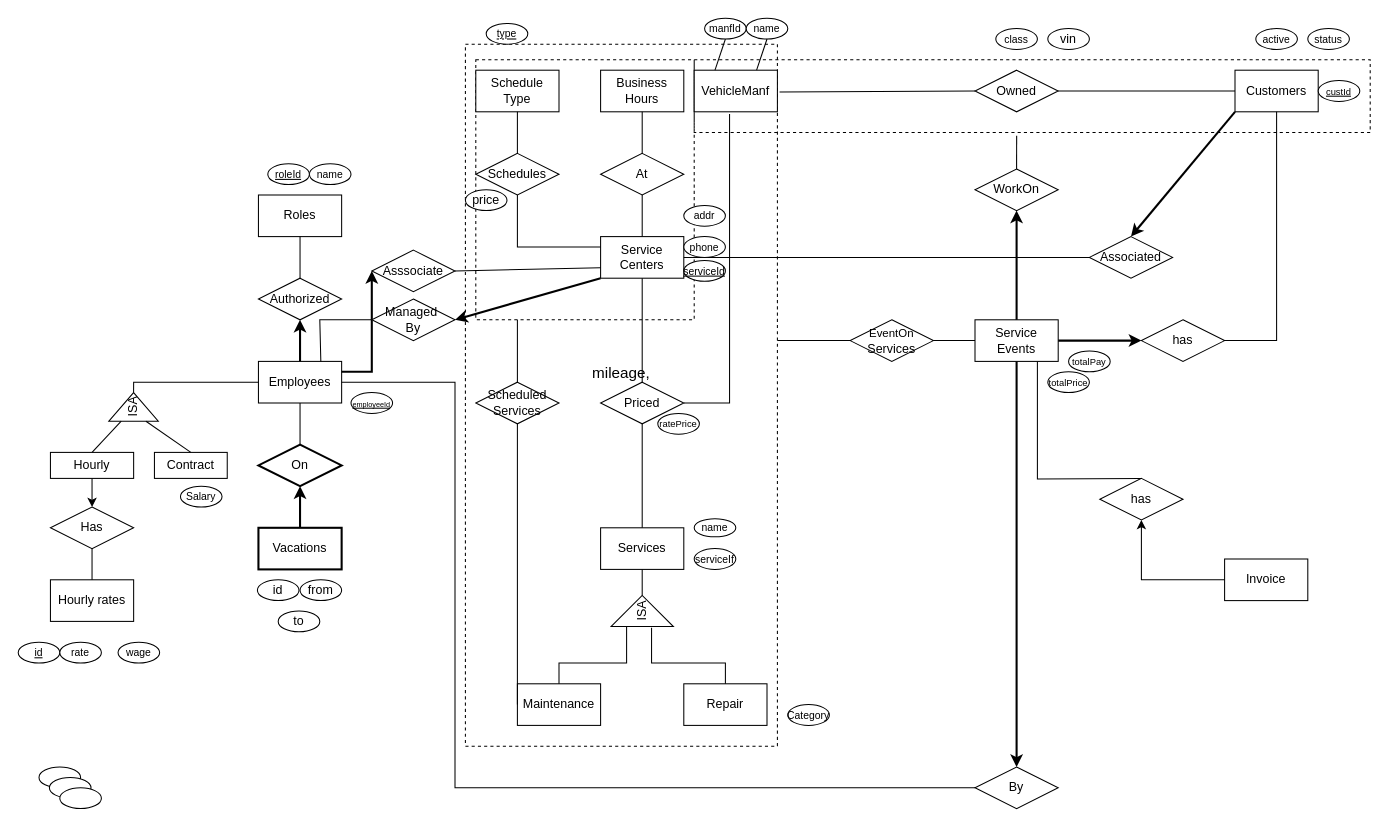
deanaf0702/Auto-Repair-and-Service-Management-System keeps this draw.io diagram as Deana/CarServiceCenter.drawio. Above is the earlier version. Source tidied: cells renumbered, new cells numbered last; positions are measured from the earlier drawing's top-left corner, leaving out a move shared by most shapes. Both pictures are drawn from the tidied source at 104%, with x=0, y=0 at pixel (18, 18).
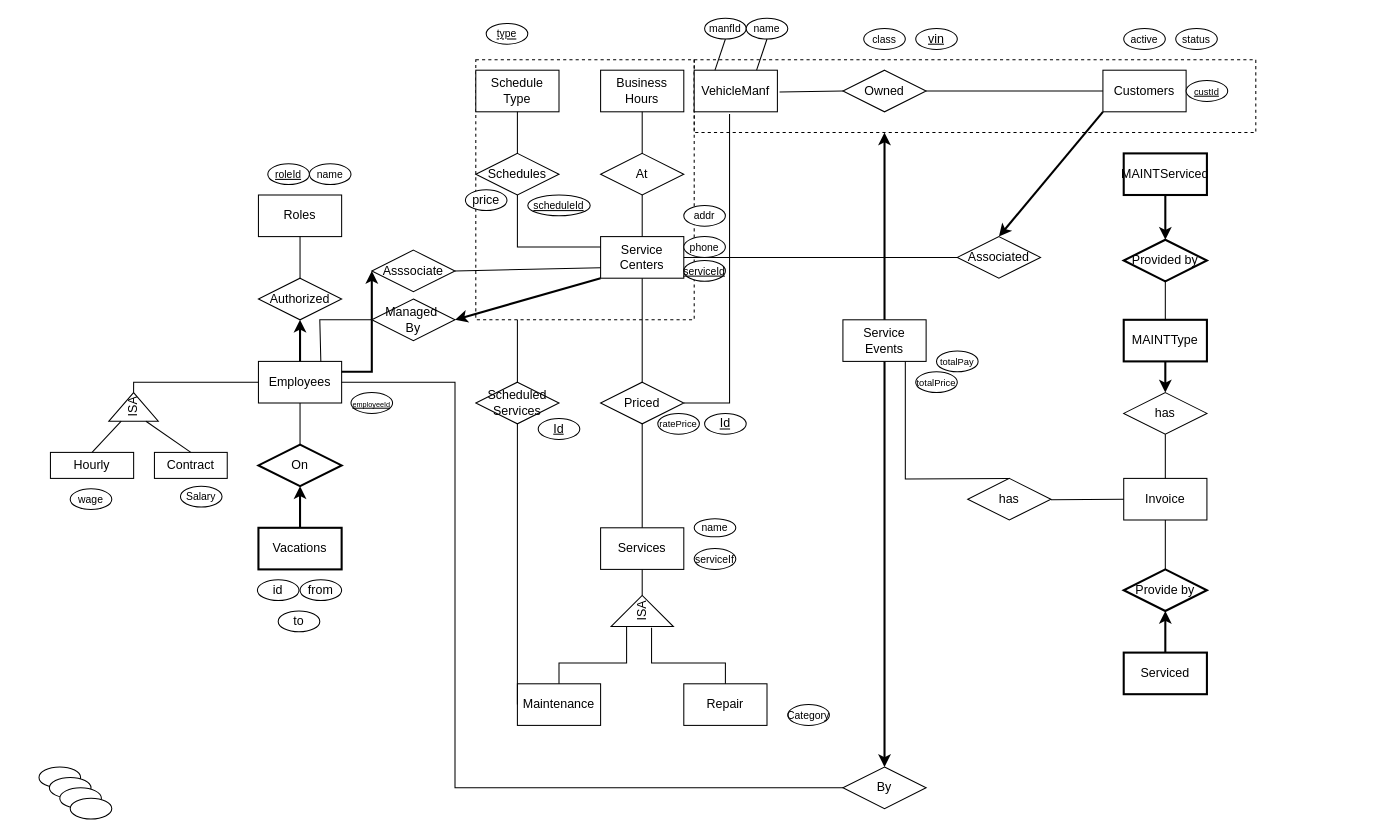
Above is the later version.

The change refers to these unchanged cells:
```xml
<mxCell id="55" value="Hourly" style="rounded=0;whiteSpace=wrap;html=1;" parent="1" vertex="1">
  <mxGeometry x="31" y="417.5" width="80" height="25" as="geometry" />
</mxCell>
```

What changed in the source:
```diff
@@
     <mxCell id="2" style="rounded=0;whiteSpace=wrap;html=1;fillColor=none;dashed=1;" parent="1" vertex="1">
-      <mxGeometry x="650" y="40" width="650" height="70" as="geometry" />
+      <mxGeometry x="650" y="40" width="540" height="70" as="geometry" />
     </mxCell>
@@
-    <mxCell id="4" value="&#10;&lt;span style=&quot;font-size:11.0pt;line-height:&#10;115%;font-family:&amp;quot;Arial&amp;quot;,sans-serif;mso-fareast-font-family:Arial;mso-ansi-language:&#10;EN;mso-fareast-language:KO;mso-bidi-language:AR-SA&quot; lang=&quot;EN&quot;&gt;mileage, &lt;/span&gt;&#10;&#10;&#10;&#10;" style="rounded=0;whiteSpace=wrap;html=1;fillColor=none;dashed=1;" parent="1" vertex="1">
-      <mxGeometry x="430" y="25" width="300" height="675" as="geometry" />
-    </mxCell>
@@
-    <mxCell id="8" value="Hourly rates" style="rounded=0;whiteSpace=wrap;html=1;" parent="1" vertex="1">
-      <mxGeometry x="31" y="540" width="80" height="40" as="geometry" />
-    </mxCell>
@@
     <mxCell id="12" value="Customers" style="rounded=0;whiteSpace=wrap;html=1;" parent="1" vertex="1">
-      <mxGeometry x="1170" y="50" width="80" height="40" as="geometry" />
+      <mxGeometry x="1043" y="50" width="80" height="40" as="geometry" />
     </mxCell>
@@
     <mxCell id="14" value="Service&lt;br&gt;Events" style="rounded=0;whiteSpace=wrap;html=1;" parent="1" vertex="1">
-      <mxGeometry x="920" y="290" width="80" height="40" as="geometry" />
+      <mxGeometry x="793" y="290" width="80" height="40" as="geometry" />
     </mxCell>
@@
     <mxCell id="24" value="Owned" style="rhombus;whiteSpace=wrap;html=1;" parent="1" vertex="1">
-      <mxGeometry x="920" y="50" width="80" height="40" as="geometry" />
+      <mxGeometry x="793" y="50" width="80" height="40" as="geometry" />
     </mxCell>
-    <mxCell id="25" value="has" style="rhombus;whiteSpace=wrap;html=1;" parent="1" vertex="1">
-      <mxGeometry x="1080" y="290" width="80" height="40" as="geometry" />
-    </mxCell>
-    <mxCell id="26" value="&lt;font face=&quot;Arial, sans-serif&quot;&gt;&lt;span style=&quot;font-size: 11px;&quot;&gt;EventOn&lt;br&gt;&lt;/span&gt;&lt;/font&gt;Services" style="rhombus;whiteSpace=wrap;html=1;" parent="1" vertex="1">
-      <mxGeometry x="800" y="290" width="80" height="40" as="geometry" />
-    </mxCell>
-    <mxCell id="27" value="Has" style="rhombus;whiteSpace=wrap;html=1;" parent="1" vertex="1">
-      <mxGeometry x="31" y="470" width="80" height="40" as="geometry" />
-    </mxCell>
@@
     <mxCell id="29" value="By" style="rhombus;whiteSpace=wrap;html=1;" parent="1" vertex="1">
-      <mxGeometry x="920" y="720" width="80" height="40" as="geometry" />
+      <mxGeometry x="793" y="720" width="80" height="40" as="geometry" />
     </mxCell>
@@
-    <mxCell id="40" style="endArrow=none;html=1;rounded=0;strokeWidth=1;jumpSize=6;entryX=0;entryY=0.5;entryDx=0;entryDy=0;exitX=1;exitY=0.5;exitDx=0;exitDy=0;" parent="1" edge="1" source="26" target="14">
-      <mxGeometry relative="1" as="geometry" />
-    </mxCell>
-    <mxCell id="41" style="endArrow=classic;html=1;rounded=0;strokeWidth=2;jumpSize=6;entryX=0;entryY=0.5;entryDx=0;entryDy=0;exitX=1;exitY=0.5;exitDx=0;exitDy=0;" parent="1" edge="1" source="14" target="25">
-      <mxGeometry relative="1" as="geometry" />
-    </mxCell>
-    <mxCell id="42" style="endArrow=none;html=1;rounded=0;strokeWidth=1;jumpSize=6;entryX=1;entryY=0.5;entryDx=0;entryDy=0;exitX=0.5;exitY=1;exitDx=0;exitDy=0;" parent="1" edge="1" source="12" target="25">
-      <mxGeometry relative="1" as="geometry">
-        <Array as="points">
-          <mxPoint x="1210" y="310" />
-        </Array>
-      </mxGeometry>
-    </mxCell>
@@
-    <mxCell id="47" style="endArrow=none;html=1;rounded=0;strokeWidth=1;jumpSize=6;entryX=0.5;entryY=1;entryDx=0;entryDy=0;exitX=0.5;exitY=0;exitDx=0;exitDy=0;" parent="1" edge="1" source="8" target="27">
-      <mxGeometry relative="1" as="geometry" />
-    </mxCell>
@@
-    <mxCell id="51" style="endArrow=none;html=1;rounded=0;strokeWidth=1;jumpSize=6;entryX=0;entryY=0.5;entryDx=0;entryDy=0;" parent="1" edge="1" target="26">
-      <mxGeometry relative="1" as="geometry">
-        <mxPoint x="730" y="310" as="sourcePoint" />
-      </mxGeometry>
-    </mxCell>
@@
-    <mxCell id="53" value="WorkOn" style="rhombus;whiteSpace=wrap;html=1;" parent="1" vertex="1">
-      <mxGeometry x="920" y="145" width="80" height="40" as="geometry" />
-    </mxCell>
-    <mxCell id="54" style="endArrow=classic;html=1;rounded=0;strokeWidth=2;fontSize=10;entryX=0.5;entryY=1;entryDx=0;entryDy=0;exitX=0.5;exitY=0;exitDx=0;exitDy=0;" parent="1" edge="1" source="14" target="53">
-      <mxGeometry relative="1" as="geometry" />
+    <mxCell id="54" style="endArrow=classic;html=1;rounded=0;strokeWidth=2;fontSize=10;exitX=0.5;exitY=0;exitDx=0;exitDy=0;" parent="1" edge="1" source="14">
+      <mxGeometry relative="1" as="geometry">
+        <mxPoint x="833" y="110" as="targetPoint" />
+      </mxGeometry>
     </mxCell>
@@
-    <mxCell id="60" style="endArrow=classic;html=1;rounded=0;exitX=0.5;exitY=1;exitDx=0;exitDy=0;entryX=0.5;entryY=0;entryDx=0;entryDy=0;" parent="1" edge="1" source="55" target="27">
-      <mxGeometry relative="1" as="geometry" />
-    </mxCell>
@@
     <mxCell id="64" value="Associated" style="rhombus;whiteSpace=wrap;html=1;" parent="1" vertex="1">
-      <mxGeometry x="1030" y="210" width="80" height="40" as="geometry" />
+      <mxGeometry x="903" y="210" width="80" height="40" as="geometry" />
     </mxCell>
@@
     <mxCell id="72" value="&lt;font style=&quot;font-size: 10px;&quot;&gt;status&lt;/font&gt;" style="ellipse;whiteSpace=wrap;html=1;" parent="1" vertex="1">
-      <mxGeometry x="1240" y="10" width="40" height="20" as="geometry" />
+      <mxGeometry x="1113" y="10" width="40" height="20" as="geometry" />
     </mxCell>
     <mxCell id="73" value="&lt;font style=&quot;font-size: 10px;&quot;&gt;active&lt;/font&gt;" style="ellipse;whiteSpace=wrap;html=1;" parent="1" vertex="1">
-      <mxGeometry x="1190" y="10" width="40" height="20" as="geometry" />
+      <mxGeometry x="1063" y="10" width="40" height="20" as="geometry" />
     </mxCell>
     <mxCell id="74" value="&lt;font style=&quot;font-size: 10px;&quot;&gt;class&lt;/font&gt;" style="ellipse;whiteSpace=wrap;html=1;" parent="1" vertex="1">
-      <mxGeometry x="940" y="10" width="40" height="20" as="geometry" />
+      <mxGeometry x="813" y="10" width="40" height="20" as="geometry" />
     </mxCell>
@@
     <mxCell id="80" value="&lt;font style=&quot;font-size: 9px;&quot;&gt;totalPay&lt;/font&gt;" style="ellipse;whiteSpace=wrap;html=1;" parent="1" vertex="1">
-      <mxGeometry x="1010" y="320" width="40" height="20" as="geometry" />
+      <mxGeometry x="883" y="320" width="40" height="20" as="geometry" />
     </mxCell>
     <mxCell id="81" value="&lt;font style=&quot;font-size: 9px;&quot;&gt;totalPrice&lt;/font&gt;" style="ellipse;whiteSpace=wrap;html=1;" parent="1" vertex="1">
-      <mxGeometry x="990" y="340" width="40" height="20" as="geometry" />
+      <mxGeometry x="863" y="340" width="40" height="20" as="geometry" />
     </mxCell>
     <mxCell id="82" value="Invoice" style="rounded=0;whiteSpace=wrap;html=1;" parent="1" vertex="1">
-      <mxGeometry x="1160" y="520" width="80" height="40" as="geometry" />
+      <mxGeometry x="1063" y="442.5" width="80" height="40" as="geometry" />
     </mxCell>
     <mxCell id="83" value="has" style="rhombus;whiteSpace=wrap;html=1;" parent="1" vertex="1">
-      <mxGeometry x="1040" y="442.5" width="80" height="40" as="geometry" />
+      <mxGeometry x="913" y="442.5" width="80" height="40" as="geometry" />
     </mxCell>
-    <mxCell id="84" style="endArrow=classic;html=1;rounded=0;strokeWidth=1;fontSize=9;exitX=0;exitY=0.5;exitDx=0;exitDy=0;entryX=0.5;entryY=1;entryDx=0;entryDy=0;" parent="1" edge="1" source="82" target="83">
-      <mxGeometry relative="1" as="geometry">
-        <Array as="points">
-          <mxPoint x="1080" y="540" />
-        </Array>
-      </mxGeometry>
-    </mxCell>
@@
-    <mxCell id="90" value="&lt;font style=&quot;font-size: 10px;&quot;&gt;&lt;u&gt;id&lt;/u&gt;&lt;/font&gt;" style="ellipse;whiteSpace=wrap;html=1;" parent="1" vertex="1">
-      <mxGeometry y="600" width="40" height="20" as="geometry" />
-    </mxCell>
     <mxCell id="91" value="&lt;font style=&quot;font-size: 10px;&quot;&gt;wage&lt;/font&gt;" style="ellipse;whiteSpace=wrap;html=1;" parent="1" vertex="1">
-      <mxGeometry x="96" y="600" width="40" height="20" as="geometry" />
+      <mxGeometry x="50" y="452.5" width="40" height="20" as="geometry" />
     </mxCell>
-    <mxCell id="92" value="&lt;font style=&quot;font-size: 10px;&quot;&gt;rate&lt;/font&gt;" style="ellipse;whiteSpace=wrap;html=1;" parent="1" vertex="1">
-      <mxGeometry x="40" y="600" width="40" height="20" as="geometry" />
-    </mxCell>
@@
     <mxCell id="102" value="&lt;font style=&quot;font-size: 9px;&quot;&gt;&lt;u&gt;custId&lt;/u&gt;&lt;/font&gt;" style="ellipse;whiteSpace=wrap;html=1;" parent="1" vertex="1">
-      <mxGeometry x="1250" y="60" width="40" height="20" as="geometry" />
+      <mxGeometry x="1123" y="60" width="40" height="20" as="geometry" />
     </mxCell>
-    <mxCell id="103" value="&lt;font style=&quot;font-size: 12px;&quot;&gt;vin&lt;/font&gt;" style="ellipse;whiteSpace=wrap;html=1;" parent="1" vertex="1">
-      <mxGeometry x="990" y="10" width="40" height="20" as="geometry" />
+    <mxCell id="103" value="&lt;font style=&quot;font-size: 12px;&quot;&gt;&lt;u&gt;vin&lt;/u&gt;&lt;/font&gt;" style="ellipse;whiteSpace=wrap;html=1;" parent="1" vertex="1">
+      <mxGeometry x="863" y="10" width="40" height="20" as="geometry" />
     </mxCell>
-    <mxCell id="104" style="endArrow=none;html=1;rounded=0;strokeWidth=1;fontSize=10;entryX=1.007;entryY=0.068;entryDx=0;entryDy=0;entryPerimeter=0;exitX=0;exitY=0.5;exitDx=0;exitDy=0;" parent="1" edge="1" source="24" target="4">
-      <mxGeometry relative="1" as="geometry" />
+    <mxCell id="104" style="endArrow=none;html=1;rounded=0;strokeWidth=1;fontSize=10;entryX=1.007;entryY=0.068;entryDx=0;entryDy=0;entryPerimeter=0;exitX=0;exitY=0.5;exitDx=0;exitDy=0;" parent="1" edge="1" source="24">
+      <mxGeometry relative="1" as="geometry">
+        <mxPoint x="732.1" y="70.9" as="targetPoint" />
+      </mxGeometry>
     </mxCell>
-    <mxCell id="105" style="ellipse;whiteSpace=wrap;html=1;" parent="1" vertex="1">
-      <mxGeometry x="30" y="730" width="40" height="20" as="geometry" />
+    <mxCell id="105" value="&lt;u&gt;Id&lt;/u&gt;" style="ellipse;whiteSpace=wrap;html=1;" parent="1" vertex="1">
+      <mxGeometry x="660" y="380" width="40" height="20" as="geometry" />
     </mxCell>
-    <mxCell id="106" style="ellipse;whiteSpace=wrap;html=1;" parent="1" vertex="1">
-      <mxGeometry x="40" y="740" width="40" height="20" as="geometry" />
+    <mxCell id="106" value="&lt;font style=&quot;font-size: 10px;&quot;&gt;&lt;u&gt;scheduleId&lt;/u&gt;&lt;/font&gt;" style="ellipse;whiteSpace=wrap;html=1;" parent="1" vertex="1">
+      <mxGeometry x="490" y="170" width="60" height="20" as="geometry" />
     </mxCell>
@@
     <mxCell id="108" style="endArrow=none;html=1;rounded=0;strokeWidth=1;fontSize=12;entryX=0.75;entryY=1;entryDx=0;entryDy=0;exitX=0.5;exitY=0;exitDx=0;exitDy=0;" parent="1" edge="1" source="83" target="14">
       <mxGeometry relative="1" as="geometry">
         <Array as="points">
-          <mxPoint x="980" y="443" />
+          <mxPoint x="853" y="443" />
         </Array>
       </mxGeometry>
     </mxCell>
@@
-    <mxCell id="110" style="endArrow=none;html=1;rounded=0;strokeWidth=1;fontSize=12;entryX=0.5;entryY=0;entryDx=0;entryDy=0;exitX=0.477;exitY=1.043;exitDx=0;exitDy=0;exitPerimeter=0;" parent="1" edge="1" source="2" target="53">
-      <mxGeometry relative="1" as="geometry" />
-    </mxCell>
@@
+    <mxCell id="112" value="Serviced" style="rounded=0;whiteSpace=wrap;html=1;strokeWidth=2;" parent="1" vertex="1">
+      <mxGeometry x="1063" y="610" width="80" height="40" as="geometry" />
+    </mxCell>
+    <mxCell id="113" value="Provide by" style="rhombus;whiteSpace=wrap;html=1;strokeWidth=2;" parent="1" vertex="1">
+      <mxGeometry x="1063" y="530" width="80" height="40" as="geometry" />
+    </mxCell>
+    <mxCell id="114" style="endArrow=none;html=1;rounded=0;entryX=0;entryY=0.5;entryDx=0;entryDy=0;" parent="1" edge="1" target="82">
+      <mxGeometry relative="1" as="geometry">
+        <mxPoint x="993" y="463" as="sourcePoint" />
+      </mxGeometry>
+    </mxCell>
+    <mxCell id="115" style="endArrow=none;html=1;rounded=0;exitX=0.5;exitY=0;exitDx=0;exitDy=0;entryX=0.5;entryY=1;entryDx=0;entryDy=0;" parent="1" edge="1" source="113" target="82">
+      <mxGeometry relative="1" as="geometry" />
+    </mxCell>
+    <mxCell id="116" style="endArrow=classic;html=1;rounded=0;entryX=0.5;entryY=1;entryDx=0;entryDy=0;exitX=0.5;exitY=0;exitDx=0;exitDy=0;strokeWidth=2;" parent="1" edge="1" source="112" target="113">
+      <mxGeometry relative="1" as="geometry" />
+    </mxCell>
+    <mxCell id="117" value="MAINTType" style="rounded=0;whiteSpace=wrap;html=1;strokeWidth=2;" parent="1" vertex="1">
+      <mxGeometry x="1063" y="290" width="80" height="40" as="geometry" />
+    </mxCell>
+    <mxCell id="25" value="has" style="rhombus;whiteSpace=wrap;html=1;strokeWidth=1;" parent="1" vertex="1">
+      <mxGeometry x="1063" y="360" width="80" height="40" as="geometry" />
+    </mxCell>
+    <mxCell id="118" style="endArrow=classic;html=1;rounded=0;strokeWidth=2;exitX=0.5;exitY=1;exitDx=0;exitDy=0;" parent="1" edge="1" source="117">
+      <mxGeometry relative="1" as="geometry">
+        <mxPoint x="1103" y="360" as="targetPoint" />
+      </mxGeometry>
+    </mxCell>
+    <mxCell id="119" value="MAINTServiced" style="rounded=0;whiteSpace=wrap;html=1;strokeWidth=2;" parent="1" vertex="1">
+      <mxGeometry x="1063" y="130" width="80" height="40" as="geometry" />
+    </mxCell>
+    <mxCell id="120" value="Provided by" style="rhombus;whiteSpace=wrap;html=1;strokeWidth=2;" parent="1" vertex="1">
+      <mxGeometry x="1063" y="213" width="80" height="40" as="geometry" />
+    </mxCell>
+    <mxCell id="121" style="endArrow=classic;html=1;rounded=0;strokeWidth=2;entryX=0.5;entryY=0;entryDx=0;entryDy=0;exitX=0.5;exitY=1;exitDx=0;exitDy=0;" parent="1" edge="1" source="119" target="120">
+      <mxGeometry relative="1" as="geometry" />
+    </mxCell>
+    <mxCell id="122" style="endArrow=none;html=1;rounded=0;strokeWidth=1;entryX=0.5;entryY=0;entryDx=0;entryDy=0;exitX=0.5;exitY=1;exitDx=0;exitDy=0;" parent="1" edge="1" source="120" target="117">
+      <mxGeometry relative="1" as="geometry" />
+    </mxCell>
+    <mxCell id="123" style="endArrow=none;html=1;rounded=0;entryX=0.5;entryY=1;entryDx=0;entryDy=0;exitX=0.5;exitY=0;exitDx=0;exitDy=0;" parent="1" edge="1" source="82" target="25">
+      <mxGeometry relative="1" as="geometry" />
+    </mxCell>
+    <mxCell id="124" style="ellipse;whiteSpace=wrap;html=1;" parent="1" vertex="1">
+      <mxGeometry x="30" y="730" width="40" height="20" as="geometry" />
+    </mxCell>
+    <mxCell id="125" style="ellipse;whiteSpace=wrap;html=1;" parent="1" vertex="1">
+      <mxGeometry x="40" y="740" width="40" height="20" as="geometry" />
+    </mxCell>
+    <mxCell id="126" style="ellipse;whiteSpace=wrap;html=1;" parent="1" vertex="1">
+      <mxGeometry x="50" y="750" width="40" height="20" as="geometry" />
+    </mxCell>
+    <mxCell id="127" value="&lt;u&gt;Id&lt;/u&gt;" style="ellipse;whiteSpace=wrap;html=1;" parent="1" vertex="1">
+      <mxGeometry x="500" y="385" width="40" height="20" as="geometry" />
+    </mxCell>
```
